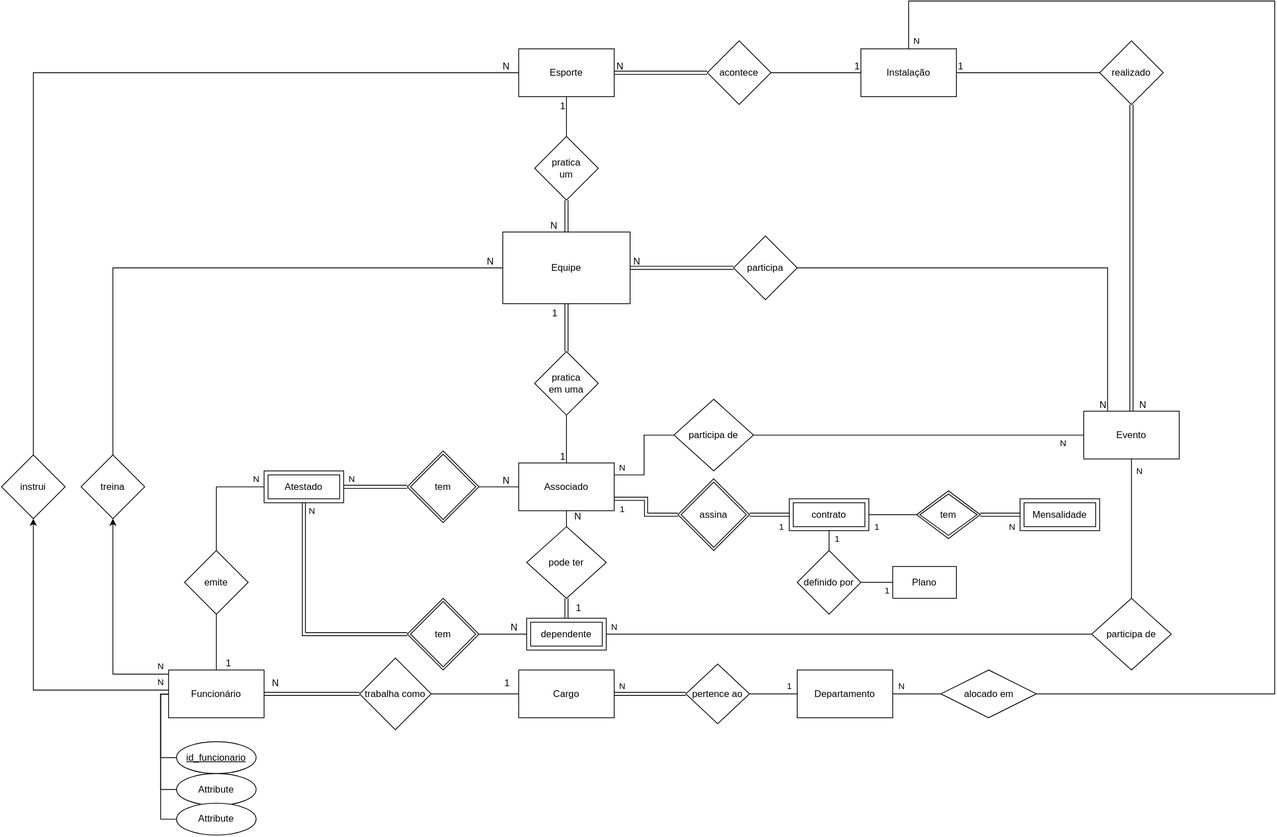
nori-marcos/clubeEsportivo keeps this draw.io diagram as diagrams/mer_clube.drawio.svg. Above is the earlier version. Source tidied: cells renumbered, new cells last; positions are measured from the earlier drawing's top-left corner, leaving out a move shared by most shapes.
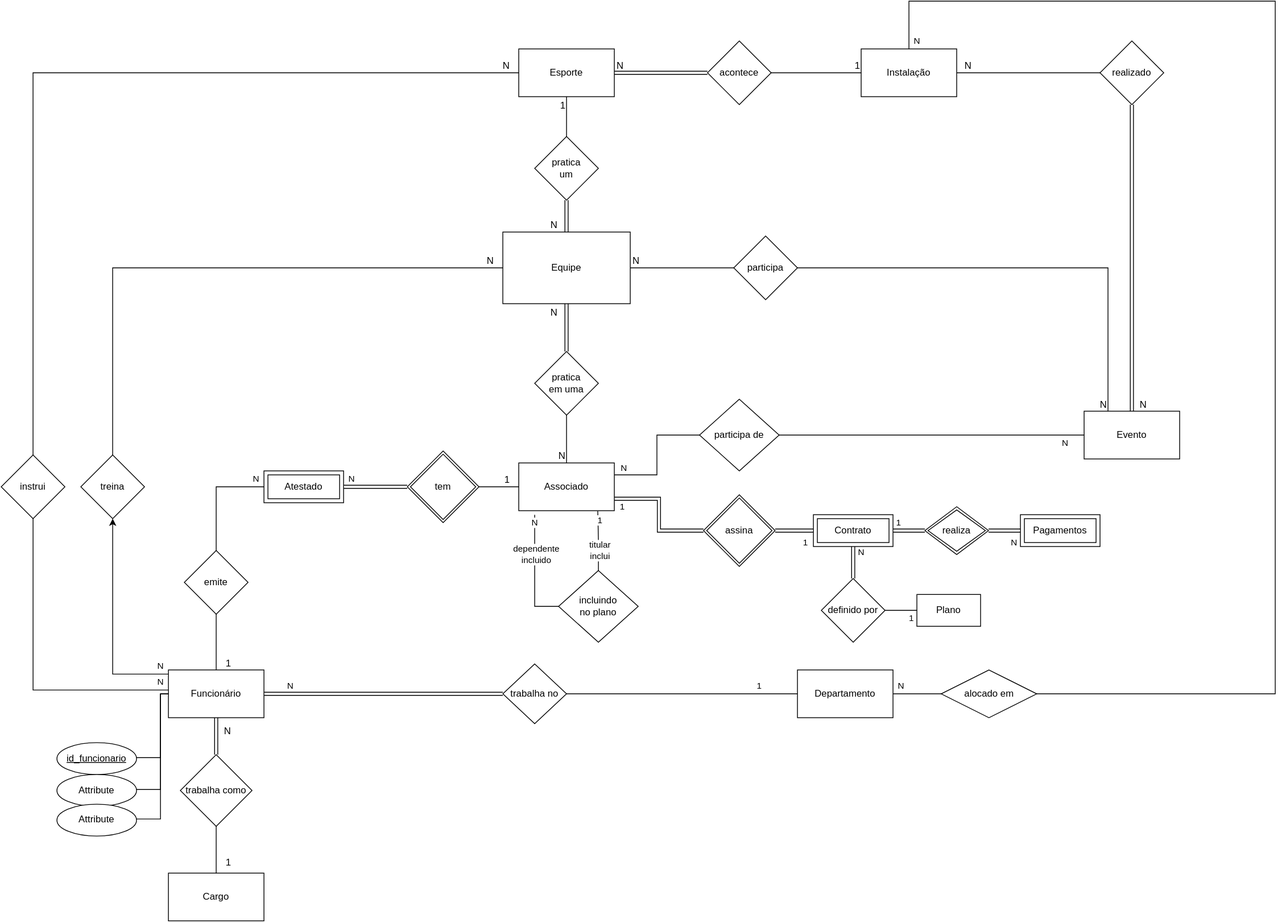
The same file after the commit.

Change to the diagram source:
```diff
@@ -12,7 +12,7 @@
         </Array>
       </mxGeometry>
     </mxCell>
-    <mxCell id="4" value="N" style="edgeStyle=orthogonalEdgeStyle;rounded=0;jettySize=auto;html=1;" parent="1" edge="1" source="5" target="16">
+    <mxCell id="4" value="N" style="edgeStyle=orthogonalEdgeStyle;rounded=0;jettySize=auto;html=1;endArrow=none;endFill=0;" parent="1" edge="1" source="5" target="16">
       <mxGeometry x="-0.95" y="-10" relative="1" as="geometry">
         <Array as="points">
           <mxPoint x="40" y="865" />
@@ -23,17 +23,14 @@
       <mxGeometry x="210" y="839.8" width="120" height="60" as="geometry" />
     </mxCell>
     <mxCell id="6" value="Cargo" style="rounded=0;whiteSpace=wrap;html=1;" parent="1" vertex="1">
-      <mxGeometry x="650" y="839.8" width="120" height="60" as="geometry" />
+      <mxGeometry x="210" y="1095" width="120" height="60" as="geometry" />
     </mxCell>
     <mxCell id="7" value="emite" style="rhombus;whiteSpace=wrap;html=1;rounded=0;" parent="1" vertex="1">
       <mxGeometry x="230" y="689.8" width="80" height="80" as="geometry" />
     </mxCell>
     <mxCell id="8" value="trabalha como" style="rhombus;whiteSpace=wrap;html=1;rounded=0;" parent="1" vertex="1">
-      <mxGeometry x="450" y="824.8" width="90" height="90" as="geometry" />
+      <mxGeometry x="225" y="946.1" width="90" height="90" as="geometry" />
     </mxCell>
-    <mxCell id="9" value="pode ter" style="rhombus;whiteSpace=wrap;html=1;rounded=0;" parent="1" vertex="1">
-      <mxGeometry x="660" y="659.8" width="100" height="90" as="geometry" />
-    </mxCell>
     <mxCell id="10" value="Esporte" style="rounded=0;whiteSpace=wrap;html=1;" parent="1" vertex="1">
       <mxGeometry x="650" y="59.8" width="120" height="60" as="geometry" />
     </mxCell>
@@ -60,7 +57,7 @@
     </mxCell>
     <mxCell id="18" value="N" style="html=1;whiteSpace=wrap;align=right;verticalAlign=bottom;" parent="17" vertex="1">
       <mxGeometry x="1" relative="1" as="geometry">
-        <mxPoint x="20" y="-5" as="offset" />
+        <mxPoint x="20" y="26" as="offset" />
       </mxGeometry>
     </mxCell>
     <mxCell id="19" style="endArrow=none;html=1;rounded=0;" parent="1" edge="1" source="8" target="6">
@@ -68,7 +65,7 @@
     </mxCell>
     <mxCell id="20" value="1" style="html=1;whiteSpace=wrap;align=right;verticalAlign=bottom;" parent="19" vertex="1">
       <mxGeometry x="1" relative="1" as="geometry">
-        <mxPoint x="-10" y="-5" as="offset" />
+        <mxPoint x="20" y="-5" as="offset" />
       </mxGeometry>
     </mxCell>
     <mxCell id="21" style="endArrow=none;html=1;rounded=0;" parent="1" edge="1" source="7" target="5">
@@ -132,7 +129,7 @@
     <mxCell id="33" value="participa" style="rhombus;whiteSpace=wrap;html=1;rounded=0;" parent="1" vertex="1">
       <mxGeometry x="920" y="294.8" width="80" height="80" as="geometry" />
     </mxCell>
-    <mxCell id="34" style="shape=link;html=1;rounded=0;" parent="1" edge="1" source="33" target="44">
+    <mxCell id="34" style="html=1;rounded=0;endArrow=none;endFill=0;" parent="1" edge="1" source="33" target="44">
       <mxGeometry relative="1" as="geometry" />
     </mxCell>
     <mxCell id="35" value="N" style="html=1;whiteSpace=wrap;align=right;verticalAlign=bottom;" parent="34" vertex="1">
@@ -143,9 +140,9 @@
     <mxCell id="36" style="html=1;rounded=0;endArrow=none;endFill=0;" parent="1" edge="1" source="14" target="11">
       <mxGeometry relative="1" as="geometry" />
     </mxCell>
-    <mxCell id="37" value="1" style="html=1;whiteSpace=wrap;align=right;verticalAlign=bottom;" parent="36" vertex="1">
+    <mxCell id="37" value="N" style="html=1;whiteSpace=wrap;align=right;verticalAlign=bottom;" parent="36" vertex="1">
       <mxGeometry x="1" relative="1" as="geometry">
-        <mxPoint x="10" as="offset" />
+        <mxPoint x="20" as="offset" />
       </mxGeometry>
     </mxCell>
     <mxCell id="38" style="endArrow=none;html=1;rounded=0;shape=link;" parent="1" edge="1" source="14" target="13">
@@ -159,7 +156,7 @@
     <mxCell id="40" style="endArrow=none;html=1;rounded=0;" parent="1" edge="1" source="61" target="2">
       <mxGeometry relative="1" as="geometry" />
     </mxCell>
-    <mxCell id="41" value="N" style="html=1;whiteSpace=wrap;align=right;verticalAlign=bottom;" parent="40" vertex="1">
+    <mxCell id="41" value="1" style="html=1;whiteSpace=wrap;align=right;verticalAlign=bottom;" parent="40" vertex="1">
       <mxGeometry x="1" relative="1" as="geometry">
         <mxPoint x="-10" as="offset" />
       </mxGeometry>
@@ -184,7 +181,7 @@
     <mxCell id="47" style="endArrow=none;html=1;rounded=0;shape=link;" parent="1" edge="1" source="45" target="44">
       <mxGeometry relative="1" as="geometry" />
     </mxCell>
-    <mxCell id="48" value="1" style="html=1;whiteSpace=wrap;align=right;verticalAlign=bottom;" parent="47" vertex="1">
+    <mxCell id="48" value="N" style="html=1;whiteSpace=wrap;align=right;verticalAlign=bottom;" parent="47" vertex="1">
       <mxGeometry x="1" relative="1" as="geometry">
         <mxPoint x="-10" y="20" as="offset" />
       </mxGeometry>
@@ -208,61 +205,15 @@
     <mxCell id="53" style="endArrow=none;html=1;rounded=0;" parent="1" edge="1" source="45" target="2">
       <mxGeometry relative="1" as="geometry" />
     </mxCell>
-    <mxCell id="54" value="1" style="html=1;whiteSpace=wrap;align=right;verticalAlign=bottom;" parent="53" vertex="1">
+    <mxCell id="54" value="N" style="html=1;whiteSpace=wrap;align=right;verticalAlign=bottom;" parent="53" vertex="1">
       <mxGeometry x="1" relative="1" as="geometry" />
     </mxCell>
     <mxCell id="55" value="Atestado" style="shape=ext;margin=3;double=1;whiteSpace=wrap;html=1;align=center;" parent="1" vertex="1">
       <mxGeometry x="330" y="589.8" width="100" height="40" as="geometry" />
     </mxCell>
-    <mxCell id="56" value="dependente" style="shape=ext;margin=3;double=1;whiteSpace=wrap;html=1;align=center;" parent="1" vertex="1">
-      <mxGeometry x="660" y="774.8" width="100" height="40" as="geometry" />
-    </mxCell>
-    <mxCell id="57" style="endArrow=none;html=1;rounded=0;" parent="1" edge="1" source="9" target="2">
-      <mxGeometry relative="1" as="geometry" />
-    </mxCell>
-    <mxCell id="58" value="N" style="html=1;whiteSpace=wrap;align=right;verticalAlign=bottom;" parent="57" vertex="1">
-      <mxGeometry x="1" relative="1" as="geometry">
-        <mxPoint x="20" y="15" as="offset" />
-      </mxGeometry>
-    </mxCell>
-    <mxCell id="59" style="shape=link;html=1;rounded=0;" parent="1" edge="1" source="9" target="56">
-      <mxGeometry relative="1" as="geometry" />
-    </mxCell>
-    <mxCell id="60" value="1" style="html=1;whiteSpace=wrap;align=right;verticalAlign=bottom;" parent="59" vertex="1">
-      <mxGeometry x="1" relative="1" as="geometry">
-        <mxPoint x="20" y="-5" as="offset" />
-      </mxGeometry>
-    </mxCell>
     <mxCell id="61" value="tem" style="shape=rhombus;double=1;perimeter=rhombusPerimeter;whiteSpace=wrap;html=1;align=center;" parent="1" vertex="1">
       <mxGeometry x="510" y="564.8" width="90" height="90" as="geometry" />
     </mxCell>
-    <mxCell id="62" style="endArrow=none;html=1;rounded=0;" parent="1" edge="1" source="65" target="56">
-      <mxGeometry relative="1" as="geometry" />
-    </mxCell>
-    <mxCell id="63" value="N" style="html=1;whiteSpace=wrap;align=right;verticalAlign=bottom;" parent="62" vertex="1">
-      <mxGeometry x="1" relative="1" as="geometry">
-        <mxPoint x="-10" as="offset" />
-      </mxGeometry>
-    </mxCell>
-    <mxCell id="64" value="N" style="shape=link;html=1;rounded=0;" parent="1" edge="1" source="65" target="55">
-      <mxGeometry x="0.93" y="-10" relative="1" as="geometry">
-        <Array as="points">
-          <mxPoint x="380" y="794.8" />
-        </Array>
-      </mxGeometry>
-    </mxCell>
-    <mxCell id="65" value="tem" style="shape=rhombus;double=1;perimeter=rhombusPerimeter;whiteSpace=wrap;html=1;align=center;" parent="1" vertex="1">
-      <mxGeometry x="510" y="749.8" width="90" height="90" as="geometry" />
-    </mxCell>
-    <mxCell id="66" value="N" style="edgeStyle=orthogonalEdgeStyle;rounded=0;jettySize=auto;html=1;endArrow=none;endFill=0;" parent="1" edge="1" source="68" target="56">
-      <mxGeometry x="0.97" y="-9" relative="1" as="geometry" />
-    </mxCell>
-    <mxCell id="67" value="N" style="edgeStyle=orthogonalEdgeStyle;rounded=0;jettySize=auto;html=1;endArrow=none;endFill=0;" parent="1" edge="1" source="68" target="13">
-      <mxGeometry x="0.83" y="-10" relative="1" as="geometry" />
-    </mxCell>
-    <mxCell id="68" value="participa de" style="rhombus;whiteSpace=wrap;html=1;rounded=0;" parent="1" vertex="1">
-      <mxGeometry x="1370" y="749.8" width="100" height="90" as="geometry" />
-    </mxCell>
     <mxCell id="69" value="N" style="edgeStyle=orthogonalEdgeStyle;rounded=0;jettySize=auto;html=1;endArrow=none;endFill=0;entryX=1;entryY=0.25;entryDx=0;entryDy=0;" parent="1" edge="1" source="71" target="2">
       <mxGeometry x="0.84" y="-9" relative="1" as="geometry" />
     </mxCell>
@@ -270,7 +221,7 @@
       <mxGeometry x="0.88" y="-10" relative="1" as="geometry" />
     </mxCell>
     <mxCell id="71" value="participa de" style="rhombus;whiteSpace=wrap;html=1;rounded=0;" parent="1" vertex="1">
-      <mxGeometry x="845" y="499.8" width="100" height="90" as="geometry" />
+      <mxGeometry x="877" y="499.8" width="100" height="90" as="geometry" />
     </mxCell>
     <mxCell id="72" style="endArrow=none;html=1;rounded=0;entryX=0.25;entryY=0;entryDx=0;entryDy=0;" parent="1" edge="1" source="33" target="13">
       <mxGeometry relative="1" as="geometry">
@@ -286,49 +237,54 @@
       <mxGeometry x="0.6" y="-15" relative="1" as="geometry" />
     </mxCell>
     <mxCell id="75" value="1" style="edgeStyle=orthogonalEdgeStyle;rounded=0;jettySize=auto;html=1;endArrow=none;endFill=0;entryX=1;entryY=0.75;entryDx=0;entryDy=0;shape=link;" parent="1" edge="1" source="78" target="2">
-      <mxGeometry x="0.8" y="13" relative="1" as="geometry" />
+      <mxGeometry x="0.87" y="10" relative="1" as="geometry" />
     </mxCell>
-    <mxCell id="76" value="1" style="edgeStyle=orthogonalEdgeStyle;rounded=0;jettySize=auto;html=1;endArrow=none;endFill=0;" parent="1" edge="1" source="77" target="82">
-      <mxGeometry x="-0.67" y="-15" relative="1" as="geometry" />
+    <mxCell id="76" value="1" style="edgeStyle=orthogonalEdgeStyle;rounded=0;jettySize=auto;html=1;endArrow=none;endFill=0;shape=link;" parent="1" edge="1" source="77" target="82">
+      <mxGeometry x="-0.67" y="10" relative="1" as="geometry">
+        <Array as="points">
+          <mxPoint x="1150" y="665" />
+          <mxPoint x="1150" y="665" />
+        </Array>
+      </mxGeometry>
     </mxCell>
-    <mxCell id="77" value="contrato" style="shape=ext;margin=3;double=1;whiteSpace=wrap;html=1;align=center;" parent="1" vertex="1">
-      <mxGeometry x="990" y="624.8" width="100" height="40" as="geometry" />
+    <mxCell id="77" value="Contrato" style="shape=ext;margin=3;double=1;whiteSpace=wrap;html=1;align=center;" parent="1" vertex="1">
+      <mxGeometry x="1020" y="644.8" width="100" height="40" as="geometry" />
     </mxCell>
     <mxCell id="78" value="assina" style="shape=rhombus;double=1;perimeter=rhombusPerimeter;whiteSpace=wrap;html=1;align=center;" parent="1" vertex="1">
-      <mxGeometry x="850" y="599.8" width="90" height="90" as="geometry" />
+      <mxGeometry x="882" y="619.8" width="90" height="90" as="geometry" />
     </mxCell>
     <mxCell id="79" value="Plano" style="rounded=0;whiteSpace=wrap;html=1;" parent="1" vertex="1">
-      <mxGeometry x="1120" y="709.8" width="80" height="40" as="geometry" />
+      <mxGeometry x="1150" y="745" width="80" height="40" as="geometry" />
     </mxCell>
     <mxCell id="80" value="N" style="edgeStyle=orthogonalEdgeStyle;rounded=0;jettySize=auto;html=1;endArrow=none;endFill=0;shape=link;" parent="1" edge="1" source="81" target="82">
       <mxGeometry x="-0.6" y="15" relative="1" as="geometry" />
     </mxCell>
-    <mxCell id="81" value="Mensalidade" style="shape=ext;margin=3;double=1;whiteSpace=wrap;html=1;align=center;" parent="1" vertex="1">
-      <mxGeometry x="1280" y="624.8" width="100" height="40" as="geometry" />
+    <mxCell id="81" value="Pagamentos" style="shape=ext;margin=3;double=1;whiteSpace=wrap;html=1;align=center;" parent="1" vertex="1">
+      <mxGeometry x="1280" y="644.8" width="100" height="40" as="geometry" />
     </mxCell>
-    <mxCell id="82" value="tem" style="shape=rhombus;double=1;perimeter=rhombusPerimeter;whiteSpace=wrap;html=1;align=center;" parent="1" vertex="1">
-      <mxGeometry x="1150" y="614.8" width="80" height="60" as="geometry" />
+    <mxCell id="82" value="realiza" style="shape=rhombus;double=1;perimeter=rhombusPerimeter;whiteSpace=wrap;html=1;align=center;" parent="1" vertex="1">
+      <mxGeometry x="1160" y="634.8" width="80" height="60" as="geometry" />
     </mxCell>
-    <mxCell id="83" value="1" style="edgeStyle=orthogonalEdgeStyle;rounded=0;jettySize=auto;html=1;endArrow=none;endFill=0;" parent="1" edge="1" source="85" target="77">
+    <mxCell id="83" value="N" style="edgeStyle=orthogonalEdgeStyle;rounded=0;jettySize=auto;html=1;endArrow=none;endFill=0;shape=link;" parent="1" edge="1" source="85" target="77">
       <mxGeometry x="0.64" y="-10" relative="1" as="geometry" />
     </mxCell>
     <mxCell id="84" value="1" style="edgeStyle=orthogonalEdgeStyle;rounded=0;jettySize=auto;html=1;endArrow=none;endFill=0;" parent="1" edge="1" source="85" target="79">
       <mxGeometry x="0.64" y="-10" relative="1" as="geometry" />
     </mxCell>
     <mxCell id="85" value="definido por" style="rhombus;whiteSpace=wrap;html=1;rounded=0;" parent="1" vertex="1">
-      <mxGeometry x="1000" y="689.8" width="80" height="80" as="geometry" />
+      <mxGeometry x="1030" y="725" width="80" height="80" as="geometry" />
     </mxCell>
     <mxCell id="86" value="Departamento" style="whiteSpace=wrap;html=1;" parent="1" vertex="1">
       <mxGeometry x="1000" y="839.8" width="120" height="60" as="geometry" />
     </mxCell>
-    <mxCell id="87" value="N" style="edgeStyle=orthogonalEdgeStyle;rounded=0;jettySize=auto;html=1;endArrow=none;endFill=0;shape=link;" parent="1" edge="1" source="89" target="6">
+    <mxCell id="87" value="N" style="edgeStyle=orthogonalEdgeStyle;rounded=0;jettySize=auto;html=1;endArrow=none;endFill=0;shape=link;" parent="1" edge="1" source="89" target="5">
       <mxGeometry x="0.78" y="-10" relative="1" as="geometry" />
     </mxCell>
     <mxCell id="88" value="1" style="edgeStyle=orthogonalEdgeStyle;rounded=0;jettySize=auto;html=1;endArrow=none;endFill=0;" parent="1" edge="1" source="89" target="86">
       <mxGeometry x="0.67" y="10" relative="1" as="geometry" />
     </mxCell>
-    <mxCell id="89" value="pertence ao" style="rhombus;whiteSpace=wrap;html=1;rounded=0;" parent="1" vertex="1">
-      <mxGeometry x="860" y="832.3" width="80" height="75" as="geometry" />
+    <mxCell id="89" value="trabalha no" style="rhombus;whiteSpace=wrap;html=1;rounded=0;" parent="1" vertex="1">
+      <mxGeometry x="630" y="832.3" width="80" height="75" as="geometry" />
     </mxCell>
     <mxCell id="90" value="N" style="edgeStyle=orthogonalEdgeStyle;rounded=0;jettySize=auto;html=1;endArrow=none;endFill=0;" parent="1" edge="1" source="92" target="86">
       <mxGeometry x="0.67" y="-10" relative="1" as="geometry" />
@@ -354,7 +310,7 @@
       </mxGeometry>
     </mxCell>
     <mxCell id="94" value="id_funcionario" style="ellipse;whiteSpace=wrap;html=1;align=center;fontStyle=4;" parent="1" vertex="1">
-      <mxGeometry x="220" y="929.8" width="100" height="40" as="geometry" />
+      <mxGeometry x="70" y="931.1" width="100" height="40" as="geometry" />
     </mxCell>
     <mxCell id="95" style="edgeStyle=orthogonalEdgeStyle;rounded=0;jettySize=auto;html=1;endArrow=none;endFill=0;" parent="1" edge="1" source="96" target="5">
       <mxGeometry relative="1" as="geometry">
@@ -365,7 +321,7 @@
       </mxGeometry>
     </mxCell>
     <mxCell id="96" value="Attribute" style="ellipse;whiteSpace=wrap;html=1;align=center;" parent="1" vertex="1">
-      <mxGeometry x="220" y="969.8" width="100" height="40" as="geometry" />
+      <mxGeometry x="70" y="971.1" width="100" height="40" as="geometry" />
     </mxCell>
     <mxCell id="97" style="edgeStyle=orthogonalEdgeStyle;rounded=0;jettySize=auto;html=1;endArrow=none;endFill=0;" parent="1" edge="1" source="98" target="5">
       <mxGeometry relative="1" as="geometry">
@@ -376,7 +332,37 @@
       </mxGeometry>
     </mxCell>
     <mxCell id="98" value="Attribute" style="ellipse;whiteSpace=wrap;html=1;align=center;" parent="1" vertex="1">
-      <mxGeometry x="220" y="1007.1" width="100" height="40" as="geometry" />
+      <mxGeometry x="70" y="1008.4" width="100" height="40" as="geometry" />
     </mxCell>
+    <mxCell id="99" style="edgeStyle=orthogonalEdgeStyle;rounded=0;jettySize=auto;html=1;endArrow=none;endFill=0;" parent="1" edge="1" source="102">
+      <mxGeometry relative="1" as="geometry">
+        <mxPoint x="670" y="645" as="targetPoint" />
+        <Array as="points">
+          <mxPoint x="670" y="760" />
+        </Array>
+      </mxGeometry>
+    </mxCell>
+    <mxCell id="100" value="dependente&lt;br&gt;incluido" style="edgeLabel;html=1;align=center;verticalAlign=middle;" parent="99" vertex="1">
+      <mxGeometry x="0.19" y="-2" relative="1" as="geometry">
+        <mxPoint y="-9" as="offset" />
+      </mxGeometry>
+    </mxCell>
+    <mxCell id="101" value="N" style="edgeLabel;html=1;align=center;verticalAlign=middle;" parent="99" vertex="1">
+      <mxGeometry x="0.74" y="2" relative="1" as="geometry">
+        <mxPoint x="2" y="-9" as="offset" />
+      </mxGeometry>
+    </mxCell>
+    <mxCell id="102" value="incluindo&lt;br&gt;no plano" style="rhombus;whiteSpace=wrap;html=1;rounded=0;" parent="1" vertex="1">
+      <mxGeometry x="700" y="715" width="100" height="90" as="geometry" />
+    </mxCell>
+    <mxCell id="103" style="edgeStyle=orthogonalEdgeStyle;rounded=0;jettySize=auto;html=1;entryX=0.827;entryY=1.008;entryDx=0;entryDy=0;entryPerimeter=0;endArrow=none;endFill=0;" parent="1" edge="1" source="102" target="2">
+      <mxGeometry relative="1" as="geometry" />
+    </mxCell>
+    <mxCell id="104" value="titular&lt;br&gt;inclui" style="edgeLabel;html=1;align=center;verticalAlign=middle;" parent="103" vertex="1">
+      <mxGeometry x="-0.32" y="-2" relative="1" as="geometry" />
+    </mxCell>
+    <mxCell id="60" value="1" style="edgeLabel;html=1;align=center;verticalAlign=middle;" parent="103" vertex="1">
+      <mxGeometry x="0.7" y="-2" relative="1" as="geometry" />
+    </mxCell>
   </root>
 </mxGraphModel>
```
